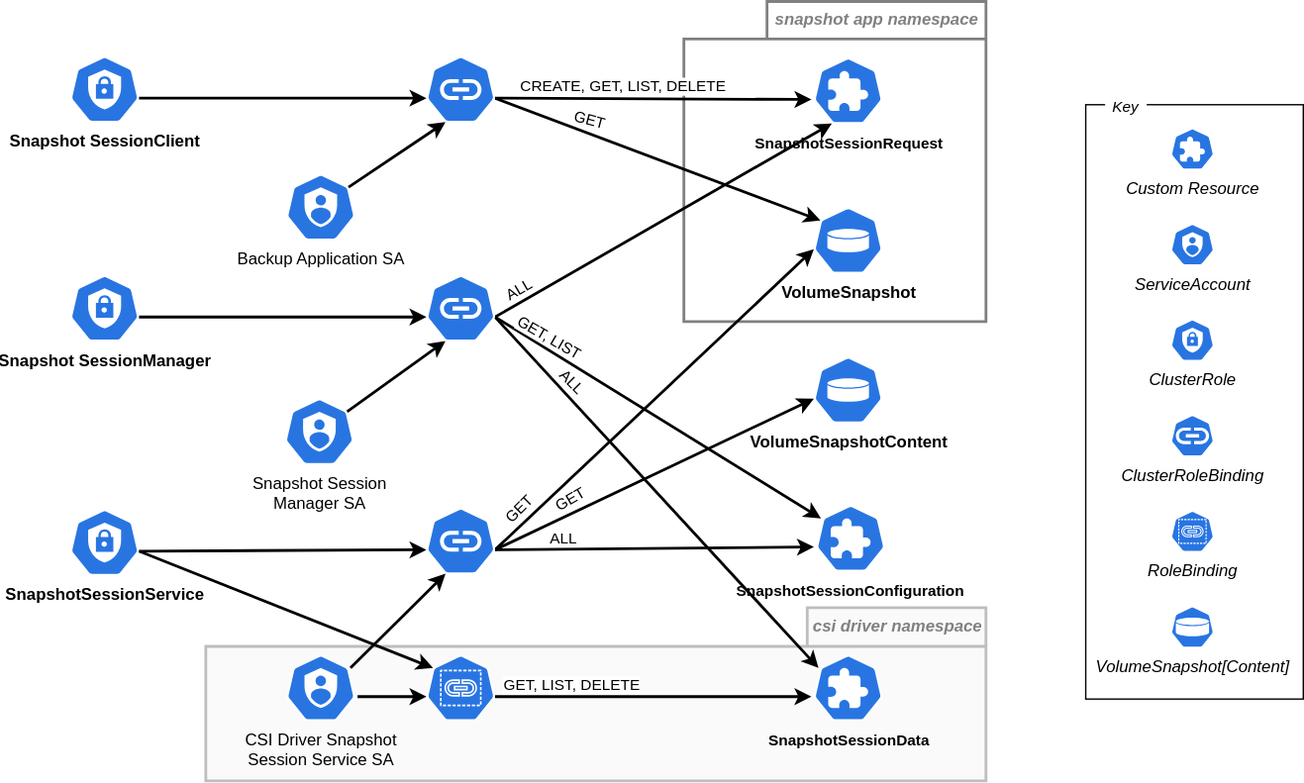
Above: keps/sig-storage/3314-csi-changed-block-tracking/roles.drawio.svg in kubernetes/enhancements (draw.io), before the change. Source tidied: cells renumbered, new cells last; positions are measured from the earlier drawing's top-left corner, leaving out a move shared by most shapes.
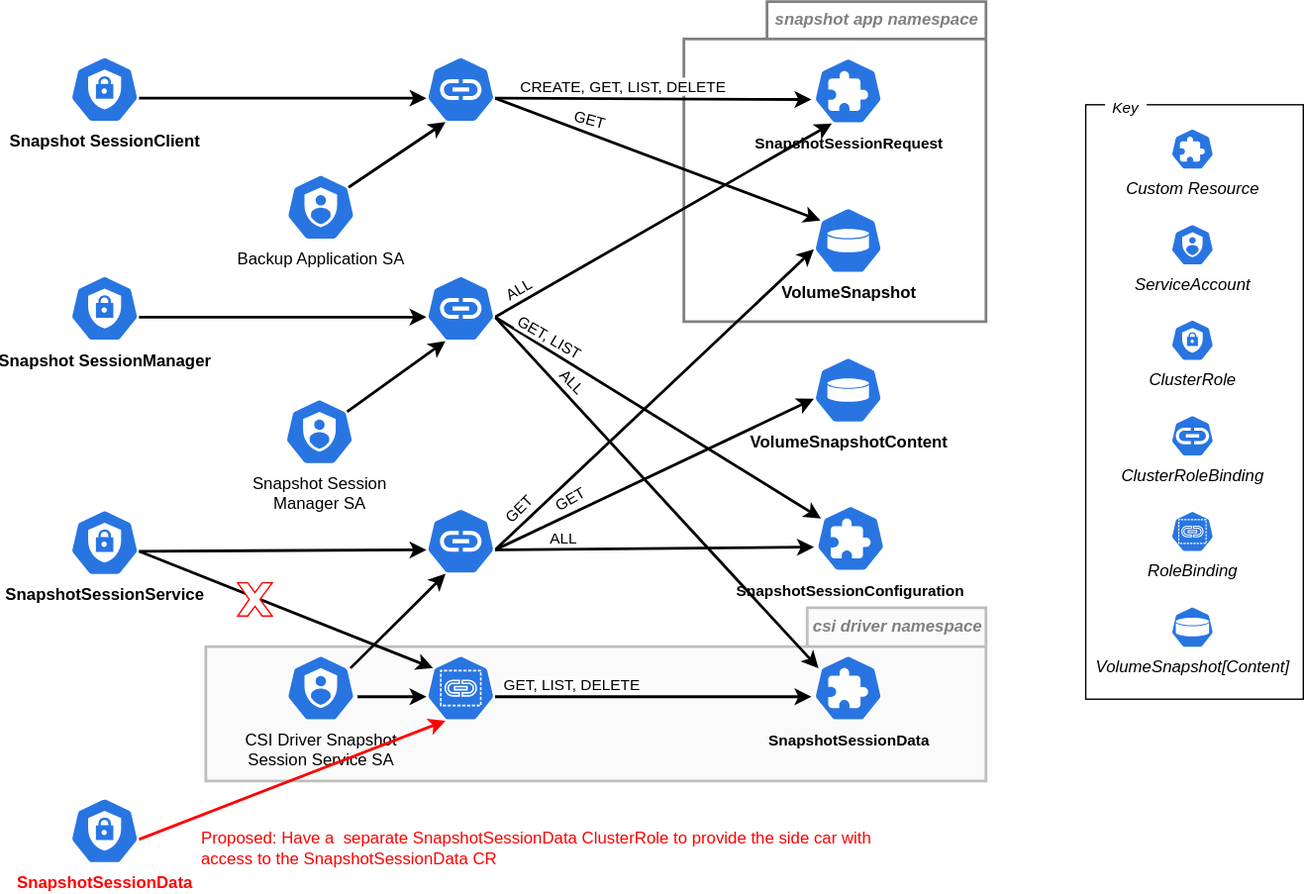
The same diagram one commit later.

Commit message:
Propose a new role for session data.

Change to the diagram source:
```diff
@@ -196,5 +196,17 @@
     <mxCell id="57" value="&lt;b&gt;&lt;font style=&quot;font-size: 11px;&quot;&gt;SnapshotSessionConfiguration&lt;/font&gt;&lt;/b&gt;" style="html=1;dashed=0;whitespace=wrap;fillColor=#2875E2;strokeColor=#ffffff;points=[[0.005,0.63,0],[0.1,0.2,0],[0.9,0.2,0],[0.5,0,0],[0.995,0.63,0],[0.72,0.99,0],[0.5,1,0],[0.28,0.99,0]];verticalLabelPosition=bottom;align=center;verticalAlign=top;shape=mxgraph.kubernetes.icon;prIcon=crd;fontColor=#000000;" parent="1" vertex="1">
       <mxGeometry x="536.6" y="397" width="53.6" height="48" as="geometry" />
     </mxCell>
+    <mxCell id="58" style="edgeStyle=none;html=1;exitX=0.995;exitY=0.63;exitDx=0;exitDy=0;exitPerimeter=0;entryX=0.28;entryY=0.99;entryDx=0;entryDy=0;entryPerimeter=0;strokeWidth=2;strokeColor=#FF0000;" parent="1" edge="1" source="59" target="43">
+      <mxGeometry relative="1" as="geometry" />
+    </mxCell>
+    <mxCell id="59" value="&lt;b style=&quot;border-color: var(--border-color);&quot;&gt;&lt;font color=&quot;#ff0000&quot;&gt;SnapshotSessionData&lt;/font&gt;&lt;/b&gt;" style="html=1;dashed=0;whitespace=wrap;fillColor=#2875E2;strokeColor=#ffffff;points=[[0.005,0.63,0],[0.1,0.2,0],[0.9,0.2,0],[0.5,0,0],[0.995,0.63,0],[0.72,0.99,0],[0.5,1,0],[0.28,0.99,0]];verticalLabelPosition=bottom;align=center;verticalAlign=top;shape=mxgraph.kubernetes.icon;prIcon=c_role;" parent="1" vertex="1">
+      <mxGeometry y="608" width="50" height="48" as="geometry" />
+    </mxCell>
+    <mxCell id="60" style="verticalLabelPosition=bottom;verticalAlign=top;html=1;shape=mxgraph.basic.x;fontColor=#FF0000;strokeColor=#FF0000;" parent="1" vertex="1">
+      <mxGeometry x="121" y="453" width="25" height="24" as="geometry" />
+    </mxCell>
+    <mxCell id="61" value="Proposed: Have a&amp;nbsp; separate SnapshotSessionData ClusterRole to provide the side car with access to the SnapshotSessionData CR" style="text;html=1;strokeColor=none;fillColor=none;align=left;verticalAlign=middle;whiteSpace=wrap;rounded=0;fontColor=#FF0000;" parent="1" vertex="1">
+      <mxGeometry x="93" y="630" width="503" height="30" as="geometry" />
+    </mxCell>
   </root>
 </mxGraphModel>
```
